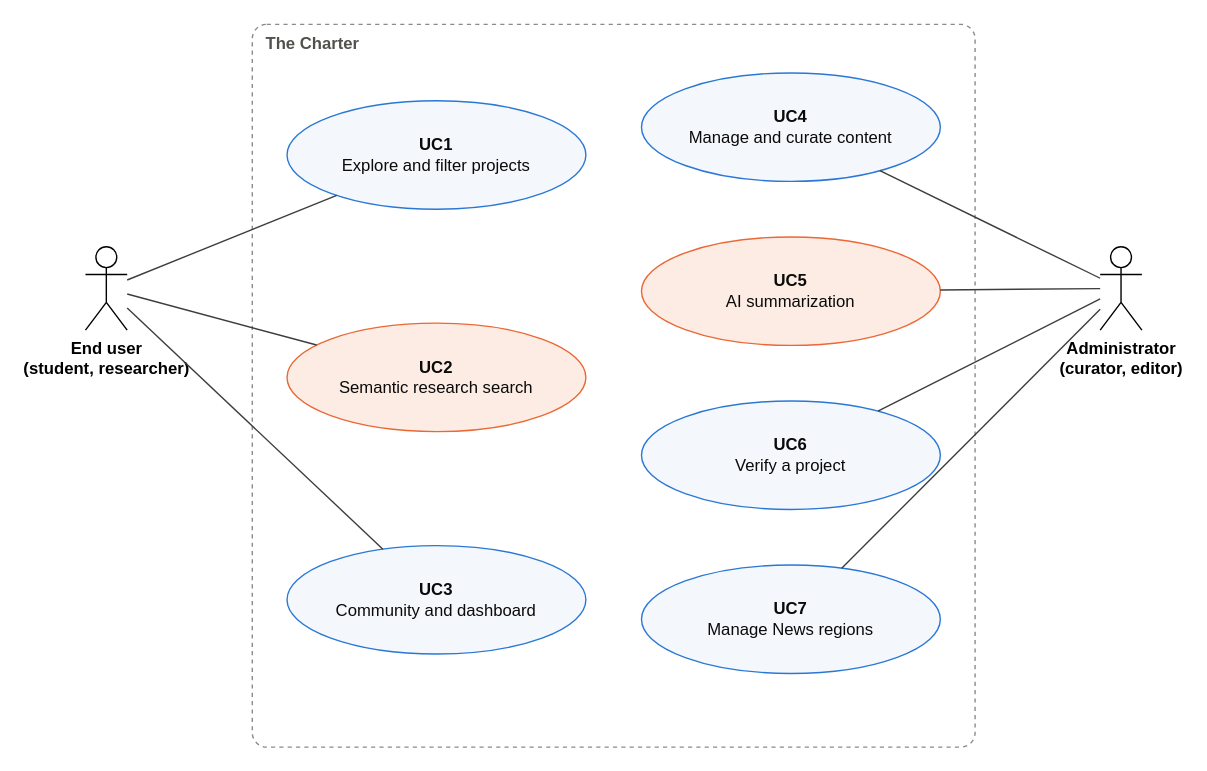
Above: docs/architecture/diagrams/use-case-diagram.drawio in AnshSatiish/thecharter (draw.io), before the change. Source tidied: cells renumbered, new cells numbered last; positions are measured from the earlier drawing's top-left corner, leaving out a move shared by most shapes. Both pictures are drawn from the tidied source at 139%, with x=0, y=0 at pixel (85, 24).
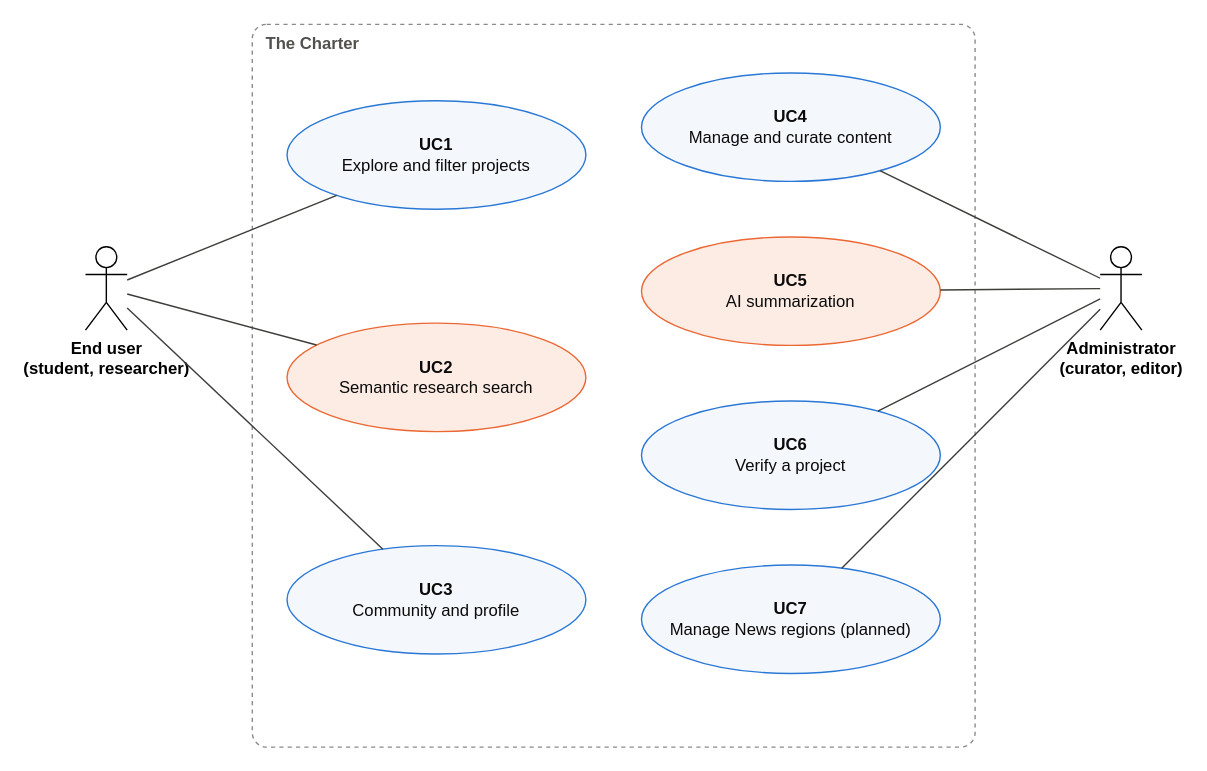
Above is the later version.

Change to the diagram source:
```diff
@@
 <mxGraphModel>
   <root>
     <mxCell id="0" />
     <mxCell id="1" parent="0" />
     <mxCell id="2" value="The Charter" style="rounded=1;arcSize=2;dashed=1;fillColor=none;strokeColor=#8a8a86;verticalAlign=top;align=left;spacingLeft=8;fontStyle=1;fontColor=#52514e;html=1;" parent="1" vertex="1">
       <mxGeometry x="120" width="520" height="520" as="geometry" />
     </mxCell>
     <mxCell id="3" value="End user&lt;br&gt;(student, researcher)" style="shape=umlActor;verticalLabelPosition=bottom;verticalAlign=top;html=1;fontStyle=1;" parent="1" vertex="1">
       <mxGeometry y="160" width="30" height="60" as="geometry" />
     </mxCell>
     <mxCell id="4" value="Administrator&lt;br&gt;(curator, editor)" style="shape=umlActor;verticalLabelPosition=bottom;verticalAlign=top;html=1;fontStyle=1;" parent="1" vertex="1">
       <mxGeometry x="730" y="160" width="30" height="60" as="geometry" />
     </mxCell>
     <mxCell id="5" value="&lt;b&gt;UC1&lt;/b&gt;&lt;br&gt;Explore and filter projects" style="ellipse;whiteSpace=wrap;html=1;fillColor=#f4f7fb;strokeColor=#2a78d6;fontColor=#0b0b0b;fontSize=12;" parent="1" vertex="1">
       <mxGeometry x="145" y="55" width="215" height="78" as="geometry" />
     </mxCell>
     <mxCell id="6" value="&lt;b&gt;UC2&lt;/b&gt;&lt;br&gt;Semantic research search" style="ellipse;whiteSpace=wrap;html=1;fillColor=#fdece4;strokeColor=#eb6834;fontColor=#0b0b0b;fontSize=12;" parent="1" vertex="1">
       <mxGeometry x="145" y="215" width="215" height="78" as="geometry" />
     </mxCell>
-    <mxCell id="7" value="&lt;b&gt;UC3&lt;/b&gt;&lt;br&gt;Community and dashboard" style="ellipse;whiteSpace=wrap;html=1;fillColor=#f4f7fb;strokeColor=#2a78d6;fontColor=#0b0b0b;fontSize=12;" parent="1" vertex="1">
+    <mxCell id="7" value="&lt;b&gt;UC3&lt;/b&gt;&lt;br&gt;Community and profile" style="ellipse;whiteSpace=wrap;html=1;fillColor=#f4f7fb;strokeColor=#2a78d6;fontColor=#0b0b0b;fontSize=12;" parent="1" vertex="1">
       <mxGeometry x="145" y="375" width="215" height="78" as="geometry" />
     </mxCell>
     <mxCell id="8" value="&lt;b&gt;UC4&lt;/b&gt;&lt;br&gt;Manage and curate content" style="ellipse;whiteSpace=wrap;html=1;fillColor=#f4f7fb;strokeColor=#2a78d6;fontColor=#0b0b0b;fontSize=12;" parent="1" vertex="1">
       <mxGeometry x="400" y="35" width="215" height="78" as="geometry" />
     </mxCell>
     <mxCell id="9" value="&lt;b&gt;UC5&lt;/b&gt;&lt;br&gt;AI summarization" style="ellipse;whiteSpace=wrap;html=1;fillColor=#fdece4;strokeColor=#eb6834;fontColor=#0b0b0b;fontSize=12;" parent="1" vertex="1">
       <mxGeometry x="400" y="153" width="215" height="78" as="geometry" />
     </mxCell>
     <mxCell id="10" value="&lt;b&gt;UC6&lt;/b&gt;&lt;br&gt;Verify a project" style="ellipse;whiteSpace=wrap;html=1;fillColor=#f4f7fb;strokeColor=#2a78d6;fontColor=#0b0b0b;fontSize=12;" parent="1" vertex="1">
       <mxGeometry x="400" y="271" width="215" height="78" as="geometry" />
     </mxCell>
-    <mxCell id="11" value="&lt;b&gt;UC7&lt;/b&gt;&lt;br&gt;Manage News regions" style="ellipse;whiteSpace=wrap;html=1;fillColor=#f4f7fb;strokeColor=#2a78d6;fontColor=#0b0b0b;fontSize=12;" parent="1" vertex="1">
+    <mxCell id="11" value="&lt;b&gt;UC7&lt;/b&gt;&lt;br&gt;Manage News regions (planned)" style="ellipse;whiteSpace=wrap;html=1;fillColor=#f4f7fb;strokeColor=#2a78d6;fontColor=#0b0b0b;fontSize=12;" parent="1" vertex="1">
       <mxGeometry x="400" y="389" width="215" height="78" as="geometry" />
     </mxCell>
     <mxCell id="12" style="html=1;rounded=0;strokeColor=#3d3d3a;fontSize=10;fontColor=#52514e;endArrow=none;" parent="1" edge="1" source="3" target="5">
       <mxGeometry relative="1" as="geometry" />
     </mxCell>
     <mxCell id="13" style="html=1;rounded=0;strokeColor=#3d3d3a;fontSize=10;fontColor=#52514e;endArrow=none;" parent="1" edge="1" source="3" target="6">
       <mxGeometry relative="1" as="geometry" />
     </mxCell>
     <mxCell id="14" style="html=1;rounded=0;strokeColor=#3d3d3a;fontSize=10;fontColor=#52514e;endArrow=none;" parent="1" edge="1" source="3" target="7">
       <mxGeometry relative="1" as="geometry" />
     </mxCell>
     <mxCell id="15" style="html=1;rounded=0;strokeColor=#3d3d3a;fontSize=10;fontColor=#52514e;endArrow=none;" parent="1" edge="1" source="4" target="8">
       <mxGeometry relative="1" as="geometry" />
     </mxCell>
     <mxCell id="16" style="html=1;rounded=0;strokeColor=#3d3d3a;fontSize=10;fontColor=#52514e;endArrow=none;" parent="1" edge="1" source="4" target="9">
       <mxGeometry relative="1" as="geometry" />
     </mxCell>
     <mxCell id="17" style="html=1;rounded=0;strokeColor=#3d3d3a;fontSize=10;fontColor=#52514e;endArrow=none;" parent="1" edge="1" source="4" target="10">
       <mxGeometry relative="1" as="geometry" />
     </mxCell>
     <mxCell id="18" style="html=1;rounded=0;strokeColor=#3d3d3a;fontSize=10;fontColor=#52514e;endArrow=none;" parent="1" edge="1" source="4" target="11">
       <mxGeometry relative="1" as="geometry" />
     </mxCell>
   </root>
 </mxGraphModel>
```
